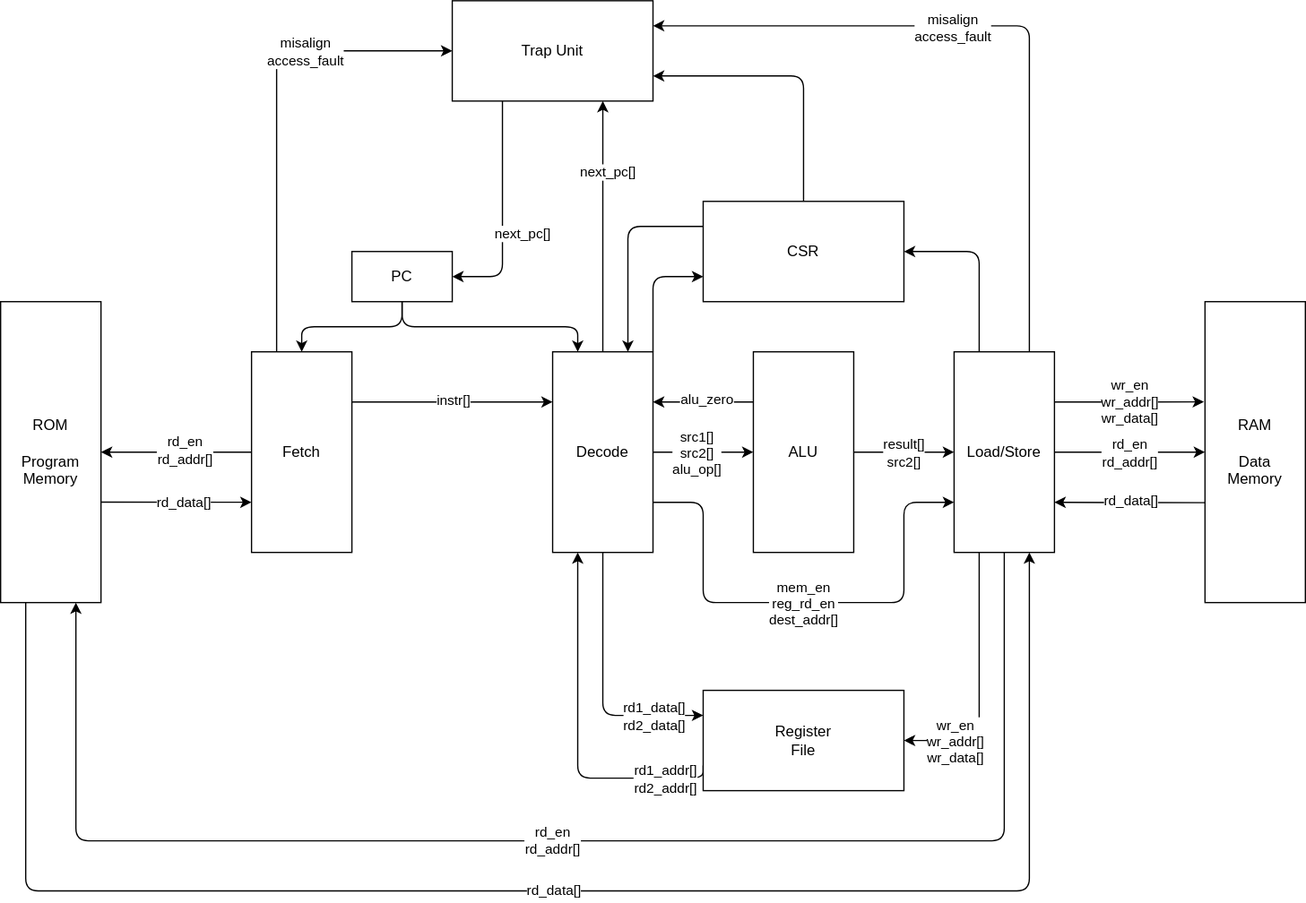
The draw.io diagram docs/figures/BlockDiagram.drawio.svg in dhad4g/Lexington, before a commit. Source tidied: cells renumbered, new cells last; positions are measured from the earlier drawing's top-left corner, leaving out a move shared by most shapes.
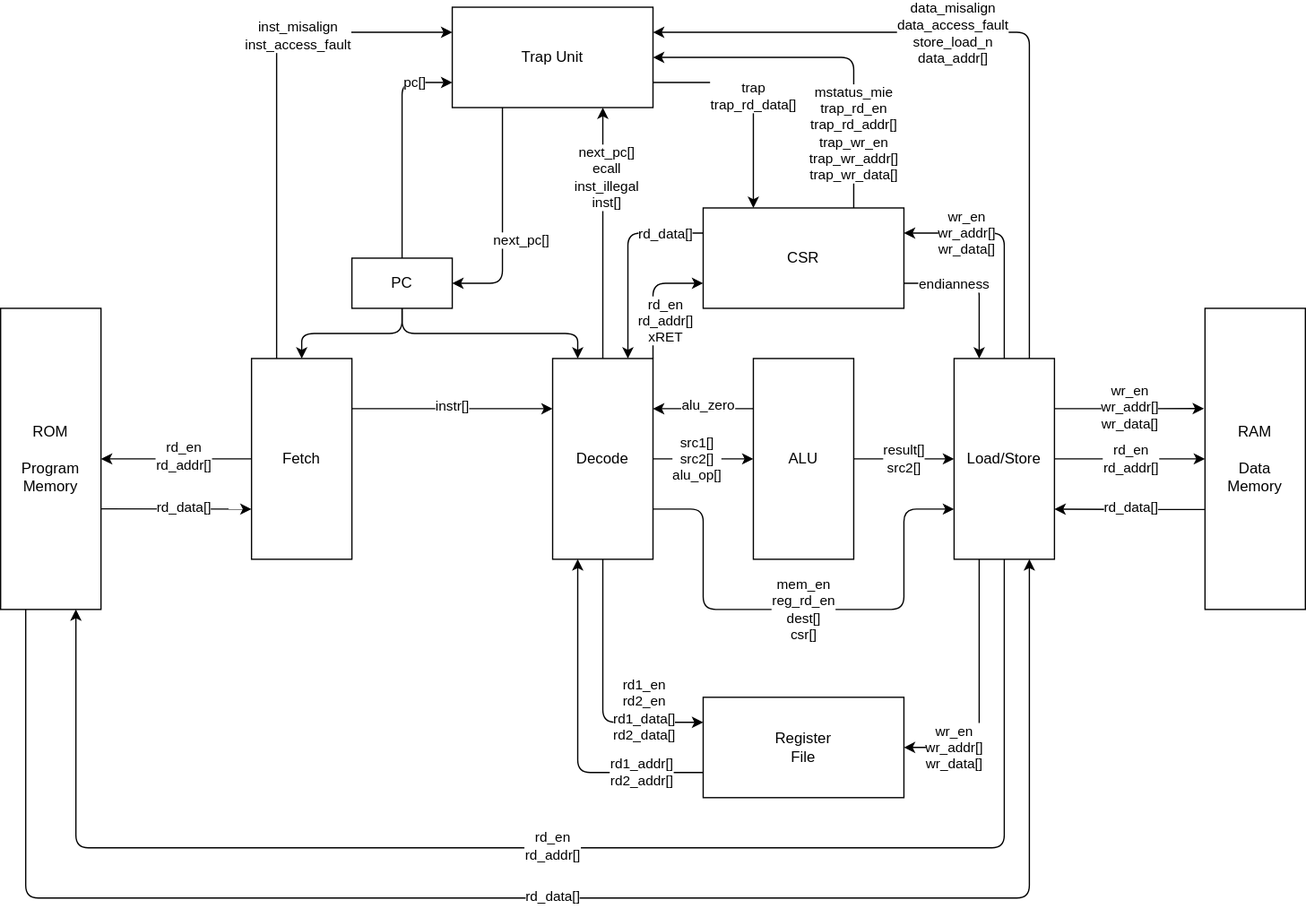
The same file after the commit.

Commit message:
Trap Unit and peripheral documentation

Change to the diagram source:
```diff
@@ -26,10 +26,10 @@
         <mxPoint x="13" as="offset" />
       </mxGeometry>
     </mxCell>
-    <mxCell id="8" style="edgeStyle=orthogonalEdgeStyle;html=1;exitX=0.25;exitY=0;exitDx=0;exitDy=0;entryX=0;entryY=0.5;entryDx=0;entryDy=0;" parent="1" edge="1" source="10" target="52">
+    <mxCell id="8" style="edgeStyle=orthogonalEdgeStyle;html=1;exitX=0.25;exitY=0;exitDx=0;exitDy=0;entryX=0;entryY=0.25;entryDx=0;entryDy=0;" parent="1" edge="1" source="10" target="52">
       <mxGeometry relative="1" as="geometry" />
     </mxCell>
-    <mxCell id="9" value="misalign&lt;br&gt;access_fault" style="edgeLabel;html=1;align=center;verticalAlign=middle;" parent="8" vertex="1">
+    <mxCell id="9" value="inst_misalign&lt;br&gt;inst_access_fault" style="edgeLabel;html=1;align=center;verticalAlign=middle;" parent="8" vertex="1">
       <mxGeometry x="0.29" relative="1" as="geometry">
         <mxPoint x="17" as="offset" />
       </mxGeometry>
@@ -40,7 +40,7 @@
     <mxCell id="11" style="edgeStyle=orthogonalEdgeStyle;html=1;exitX=0.5;exitY=0;exitDx=0;exitDy=0;entryX=0.75;entryY=1;entryDx=0;entryDy=0;" parent="1" edge="1" source="19" target="52">
       <mxGeometry relative="1" as="geometry" />
     </mxCell>
-    <mxCell id="12" value="next_pc[]" style="edgeLabel;html=1;align=center;verticalAlign=middle;" parent="11" vertex="1">
+    <mxCell id="12" value="next_pc[]&lt;br&gt;ecall&lt;br&gt;inst_illegal&lt;br&gt;inst[]" style="edgeLabel;html=1;align=center;verticalAlign=middle;" parent="11" vertex="1">
       <mxGeometry x="0.44" y="-3" relative="1" as="geometry" />
     </mxCell>
     <mxCell id="13" style="edgeStyle=orthogonalEdgeStyle;html=1;exitX=0.5;exitY=1;exitDx=0;exitDy=0;entryX=0;entryY=0.25;entryDx=0;entryDy=0;" parent="1" edge="1" source="19" target="41">
@@ -60,7 +60,7 @@
         </Array>
       </mxGeometry>
     </mxCell>
-    <mxCell id="15" value="mem_en&lt;br&gt;reg_rd_en&lt;br&gt;dest_addr[]" style="edgeLabel;html=1;align=center;verticalAlign=middle;" parent="14" vertex="1">
+    <mxCell id="15" value="mem_en&lt;br&gt;reg_rd_en&lt;br&gt;dest[]&lt;br&gt;csr[]" style="edgeLabel;html=1;align=center;verticalAlign=middle;" parent="14" vertex="1">
       <mxGeometry x="0.13" y="1" relative="1" as="geometry">
         <mxPoint x="-26" y="1" as="offset" />
       </mxGeometry>
@@ -76,6 +76,11 @@
     <mxCell id="18" style="edgeStyle=orthogonalEdgeStyle;html=1;exitX=1;exitY=0;exitDx=0;exitDy=0;entryX=0;entryY=0.75;entryDx=0;entryDy=0;" parent="1" edge="1" source="19" target="55">
       <mxGeometry relative="1" as="geometry" />
     </mxCell>
+    <mxCell id="56" value="rd_en&lt;br&gt;rd_addr[]&lt;br&gt;xRET" style="edgeLabel;html=1;align=center;verticalAlign=middle;" parent="18" vertex="1">
+      <mxGeometry x="-0.04" y="2" relative="1" as="geometry">
+        <mxPoint x="12" y="18" as="offset" />
+      </mxGeometry>
+    </mxCell>
     <mxCell id="19" value="Decode" style="rounded=0;whiteSpace=wrap;html=1;" parent="1" vertex="1">
       <mxGeometry x="440" y="280" width="80" height="160" as="geometry" />
     </mxCell>
@@ -114,7 +119,7 @@
     <mxCell id="28" style="edgeStyle=orthogonalEdgeStyle;html=1;exitX=0.75;exitY=0;exitDx=0;exitDy=0;entryX=1;entryY=0.25;entryDx=0;entryDy=0;" parent="1" edge="1" source="33" target="52">
       <mxGeometry relative="1" as="geometry" />
     </mxCell>
-    <mxCell id="29" value="misalign&lt;br style=&quot;border-color: var(--border-color);&quot;&gt;access_fault" style="edgeLabel;html=1;align=center;verticalAlign=middle;" parent="28" vertex="1">
+    <mxCell id="29" value="data_misalign&lt;br style=&quot;border-color: var(--border-color);&quot;&gt;data_access_fault&lt;br&gt;store_load_n&lt;br&gt;data_addr[]" style="edgeLabel;html=1;align=center;verticalAlign=middle;" parent="28" vertex="1">
       <mxGeometry x="0.15" y="1" relative="1" as="geometry" />
     </mxCell>
     <mxCell id="30" style="edgeStyle=orthogonalEdgeStyle;html=1;exitX=0.5;exitY=1;exitDx=0;exitDy=0;entryX=0.75;entryY=1;entryDx=0;entryDy=0;" parent="1" edge="1" source="33" target="37">
@@ -130,9 +135,14 @@
         <mxPoint x="-49" as="offset" />
       </mxGeometry>
     </mxCell>
-    <mxCell id="32" style="edgeStyle=orthogonalEdgeStyle;html=1;exitX=0.25;exitY=0;exitDx=0;exitDy=0;entryX=1;entryY=0.5;entryDx=0;entryDy=0;" parent="1" edge="1" source="33" target="55">
+    <mxCell id="32" style="edgeStyle=orthogonalEdgeStyle;html=1;exitX=0.5;exitY=0;exitDx=0;exitDy=0;entryX=1;entryY=0.25;entryDx=0;entryDy=0;" parent="1" edge="1" source="33" target="55">
       <mxGeometry relative="1" as="geometry" />
     </mxCell>
+    <mxCell id="57" value="wr_en&lt;br&gt;wr_addr[]&lt;br&gt;wr_data[]" style="edgeLabel;html=1;align=center;verticalAlign=middle;" parent="32" vertex="1">
+      <mxGeometry x="-0.06" y="-5" relative="1" as="geometry">
+        <mxPoint x="-35" y="-16" as="offset" />
+      </mxGeometry>
+    </mxCell>
     <mxCell id="33" value="Load/Store" style="rounded=0;whiteSpace=wrap;html=1;" parent="1" vertex="1">
       <mxGeometry x="760" y="280" width="80" height="160" as="geometry" />
     </mxCell>
@@ -158,18 +168,18 @@
     <mxCell id="38" style="edgeStyle=orthogonalEdgeStyle;html=1;exitX=0;exitY=0.75;exitDx=0;exitDy=0;entryX=0.25;entryY=1;entryDx=0;entryDy=0;" parent="1" edge="1" source="41" target="19">
       <mxGeometry relative="1" as="geometry">
         <Array as="points">
-          <mxPoint x="460" y="620" />
+          <mxPoint x="460" y="610" />
         </Array>
       </mxGeometry>
     </mxCell>
-    <mxCell id="39" value="rd1_data[]&lt;br&gt;rd2_data[]" style="edgeLabel;html=1;align=center;verticalAlign=middle;" parent="38" vertex="1">
+    <mxCell id="39" value="rd1_en&lt;br&gt;rd2_en&lt;br&gt;rd1_data[]&lt;br&gt;rd2_data[]" style="edgeLabel;html=1;align=center;verticalAlign=middle;" parent="38" vertex="1">
       <mxGeometry x="-0.8" relative="1" as="geometry">
         <mxPoint x="-20" y="-50" as="offset" />
       </mxGeometry>
     </mxCell>
     <mxCell id="40" value="rd1_addr[]&lt;br&gt;rd2_addr[]" style="edgeLabel;html=1;align=center;verticalAlign=middle;" parent="38" vertex="1">
       <mxGeometry x="-0.8" relative="1" as="geometry">
-        <mxPoint x="-12" as="offset" />
+        <mxPoint x="-23" as="offset" />
       </mxGeometry>
     </mxCell>
     <mxCell id="41" value="Register&lt;br&gt;File" style="rounded=0;whiteSpace=wrap;html=1;" parent="1" vertex="1">
@@ -181,6 +191,14 @@
     <mxCell id="43" style="edgeStyle=orthogonalEdgeStyle;html=1;exitX=0.5;exitY=1;exitDx=0;exitDy=0;entryX=0.25;entryY=0;entryDx=0;entryDy=0;" parent="1" edge="1" source="44" target="19">
       <mxGeometry relative="1" as="geometry" />
     </mxCell>
+    <mxCell id="58" style="edgeStyle=orthogonalEdgeStyle;html=1;exitX=0.5;exitY=0;exitDx=0;exitDy=0;entryX=0;entryY=0.75;entryDx=0;entryDy=0;" parent="1" edge="1" source="44" target="52">
+      <mxGeometry relative="1" as="geometry" />
+    </mxCell>
+    <mxCell id="59" value="pc[]" style="edgeLabel;html=1;align=center;verticalAlign=middle;" parent="58" vertex="1">
+      <mxGeometry x="0.62" relative="1" as="geometry">
+        <mxPoint x="4" as="offset" />
+      </mxGeometry>
+    </mxCell>
     <mxCell id="44" value="PC" style="rounded=0;whiteSpace=wrap;html=1;" parent="1" vertex="1">
       <mxGeometry x="280" y="200" width="80" height="40" as="geometry" />
     </mxCell>
@@ -209,15 +227,41 @@
         <mxPoint x="14" y="-31" as="offset" />
       </mxGeometry>
     </mxCell>
+    <mxCell id="60" style="edgeStyle=orthogonalEdgeStyle;html=1;exitX=1;exitY=0.75;exitDx=0;exitDy=0;entryX=0.25;entryY=0;entryDx=0;entryDy=0;" parent="1" edge="1" source="52" target="55">
+      <mxGeometry relative="1" as="geometry" />
+    </mxCell>
+    <mxCell id="61" value="trap&lt;br&gt;trap_rd_data[]" style="edgeLabel;html=1;align=center;verticalAlign=middle;" parent="60" vertex="1">
+      <mxGeometry x="0.25" y="2" relative="1" as="geometry">
+        <mxPoint x="-2" y="-22" as="offset" />
+      </mxGeometry>
+    </mxCell>
     <mxCell id="52" value="Trap Unit" style="rounded=0;whiteSpace=wrap;html=1;" parent="1" vertex="1">
       <mxGeometry x="360" width="160" height="80" as="geometry" />
     </mxCell>
     <mxCell id="53" style="edgeStyle=orthogonalEdgeStyle;html=1;exitX=0;exitY=0.25;exitDx=0;exitDy=0;entryX=0.75;entryY=0;entryDx=0;entryDy=0;" parent="1" edge="1" source="55" target="19">
       <mxGeometry relative="1" as="geometry" />
     </mxCell>
+    <mxCell id="62" value="rd_data[]" style="edgeLabel;html=1;align=center;verticalAlign=middle;" parent="53" vertex="1">
+      <mxGeometry x="-0.4" y="1" relative="1" as="geometry">
+        <mxPoint x="18" as="offset" />
+      </mxGeometry>
+    </mxCell>
-    <mxCell id="54" style="edgeStyle=orthogonalEdgeStyle;html=1;exitX=0.5;exitY=0;exitDx=0;exitDy=0;entryX=1;entryY=0.75;entryDx=0;entryDy=0;" parent="1" edge="1" source="55" target="52">
+    <mxCell id="54" style="edgeStyle=orthogonalEdgeStyle;html=1;exitX=0.75;exitY=0;exitDx=0;exitDy=0;entryX=1;entryY=0.5;entryDx=0;entryDy=0;" parent="1" edge="1" source="55" target="52">
       <mxGeometry relative="1" as="geometry" />
     </mxCell>
+    <mxCell id="63" value="mstatus_mie&lt;br&gt;trap_rd_en&lt;br&gt;trap_rd_addr[]&lt;br&gt;trap_wr_en&lt;br&gt;trap_wr_addr[]&lt;br&gt;trap_wr_data[]" style="edgeLabel;html=1;align=center;verticalAlign=middle;" parent="54" vertex="1">
+      <mxGeometry x="-0.35" relative="1" as="geometry">
+        <mxPoint y="31" as="offset" />
+      </mxGeometry>
+    </mxCell>
+    <mxCell id="64" style="edgeStyle=orthogonalEdgeStyle;html=1;exitX=1;exitY=0.75;exitDx=0;exitDy=0;entryX=0.25;entryY=0;entryDx=0;entryDy=0;" parent="1" edge="1" source="55" target="33">
+      <mxGeometry relative="1" as="geometry" />
+    </mxCell>
+    <mxCell id="65" value="endianness" style="edgeLabel;html=1;align=center;verticalAlign=middle;" parent="64" vertex="1">
+      <mxGeometry x="-0.64" y="-1" relative="1" as="geometry">
+        <mxPoint x="18" as="offset" />
+      </mxGeometry>
+    </mxCell>
     <mxCell id="55" value="CSR" style="rounded=0;whiteSpace=wrap;html=1;" parent="1" vertex="1">
       <mxGeometry x="560" y="160" width="160" height="80" as="geometry" />
     </mxCell>
```
